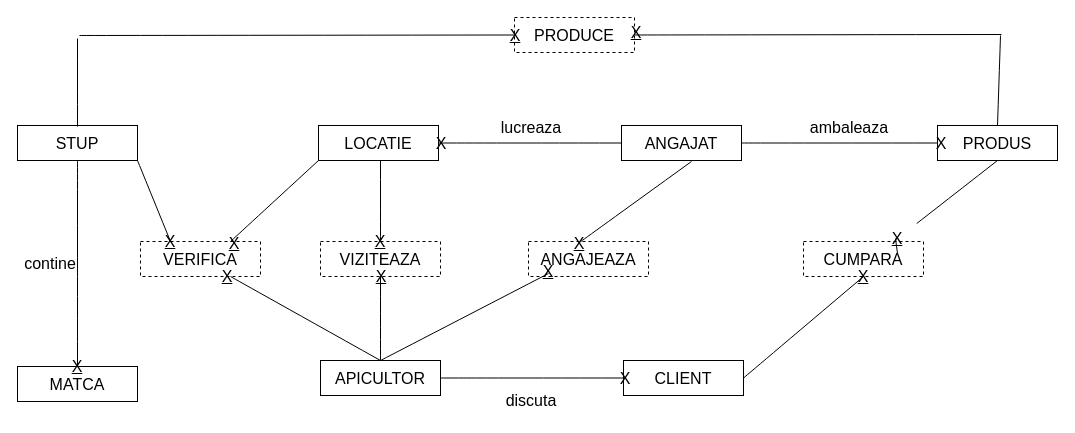
Above: page "Pagina-2" (2 of 2) of Diagramă fără titlu.drawio in Matoka26/DataBase-Stupina (draw.io), before the change. Source tidied: cells renumbered, new cells numbered last; positions are measured from the earlier drawing's top-left corner, leaving out a move shared by most shapes. Both pictures are drawn from the tidied source at 100%, with x=0, y=0 at pixel (17, 17).
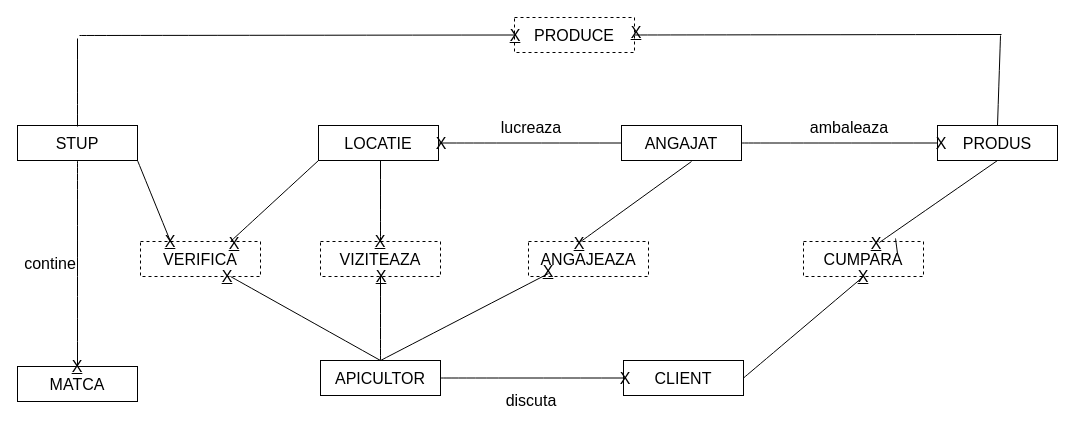
The same page after the edit.

Unchanged cells that the change refers to:
```xml
<mxCell id="2" value="PRODUS" style="rounded=0;whiteSpace=wrap;html=1;fontSize=16;" parent="1" vertex="1">
  <mxGeometry x="920" y="108" width="120" height="35" as="geometry" />
</mxCell>
<mxCell id="9" value="CUMPARA" style="rounded=0;whiteSpace=wrap;html=1;fontSize=16;dashed=1;" parent="1" vertex="1">
  <mxGeometry x="786" y="224" width="120" height="35" as="geometry" />
</mxCell>
```

What changed in the source:
```diff
@@
-    <mxCell id="25" style="endArrow=none;html=1;rounded=0;fontSize=12;startSize=8;endSize=8;curved=1;entryX=0.5;entryY=1;entryDx=0;entryDy=0;" parent="1" edge="1" source="48" target="2">
+    <mxCell id="25" style="endArrow=none;html=1;rounded=0;fontSize=12;startSize=8;endSize=8;curved=1;entryX=0.5;entryY=1;entryDx=0;entryDy=0;exitX=0.632;exitY=0.029;exitDx=0;exitDy=0;exitPerimeter=0;" parent="1" edge="1" source="9" target="2">
       <mxGeometry relative="1" as="geometry" />
     </mxCell>
@@
-    <mxCell id="47" style="endArrow=none;html=1;rounded=0;fontSize=12;startSize=8;endSize=8;curved=1;entryX=0.5;entryY=1;entryDx=0;entryDy=0;" parent="1" edge="1" target="48">
+    <mxCell id="47" style="endArrow=none;html=1;rounded=0;fontSize=12;startSize=8;endSize=8;curved=1;entryX=0.5;entryY=1;entryDx=0;entryDy=0;" parent="1" edge="1">
       <mxGeometry relative="1" as="geometry">
         <mxPoint x="878" y="221" as="sourcePoint" />
+        <mxPoint x="880" y="236" as="targetPoint" />
       </mxGeometry>
     </mxCell>
-    <mxCell id="48" value="X" style="text;html=1;strokeColor=none;fillColor=none;align=center;verticalAlign=middle;whiteSpace=wrap;rounded=0;fontSize=16;fontStyle=4;" parent="1" vertex="1">
-      <mxGeometry x="850" y="206" width="60" height="30" as="geometry" />
-    </mxCell>
@@
+    <mxCell id="48" value="X" style="text;html=1;strokeColor=none;fillColor=none;align=center;verticalAlign=middle;whiteSpace=wrap;rounded=0;fontSize=16;fontStyle=4;" parent="1" vertex="1">
+      <mxGeometry x="829" y="211" width="60" height="30" as="geometry" />
+    </mxCell>
```
